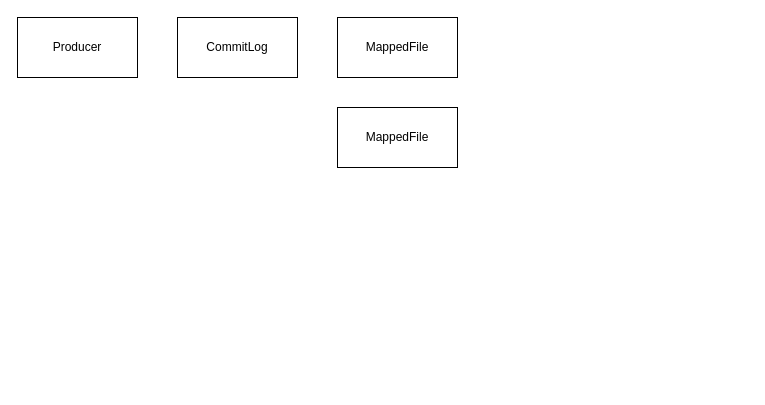
Above: rocketmq/同步刷盘.drawio in erlieStar/diagrams (draw.io), before the change. Source tidied: cells renumbered, new cells numbered last; positions are measured from the earlier drawing's top-left corner, leaving out a move shared by most shapes. Both pictures are drawn from the tidied source at 100%, with x=0, y=0 at pixel (17, 17).
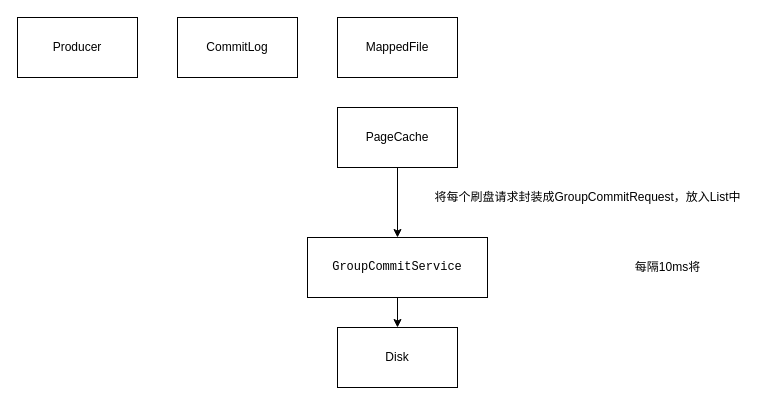
Above is the later version.

The edit, as a diff of the source:
```diff
@@
 <mxGraphModel>
   <root>
     <mxCell id="0" />
     <mxCell id="1" parent="0" />
     <mxCell id="2" value="Producer" style="rounded=0;whiteSpace=wrap;html=1;" parent="1" vertex="1">
       <mxGeometry width="120" height="60" as="geometry" />
     </mxCell>
     <mxCell id="3" value="CommitLog" style="rounded=0;whiteSpace=wrap;html=1;" parent="1" vertex="1">
       <mxGeometry x="160" width="120" height="60" as="geometry" />
     </mxCell>
     <mxCell id="4" value="MappedFile" style="rounded=0;whiteSpace=wrap;html=1;" parent="1" vertex="1">
       <mxGeometry x="320" width="120" height="60" as="geometry" />
     </mxCell>
+    <mxCell id="6" style="edgeStyle=orthogonalEdgeStyle;rounded=0;jettySize=auto;html=1;" parent="1" edge="1" source="5" target="8">
+      <mxGeometry relative="1" as="geometry" />
+    </mxCell>
-    <mxCell id="5" value="MappedFile" style="rounded=0;whiteSpace=wrap;html=1;" parent="1" vertex="1">
+    <mxCell id="5" value="PageCache" style="rounded=0;whiteSpace=wrap;html=1;" parent="1" vertex="1">
       <mxGeometry x="320" y="90" width="120" height="60" as="geometry" />
     </mxCell>
+    <mxCell id="7" style="edgeStyle=orthogonalEdgeStyle;rounded=0;jettySize=auto;html=1;" parent="1" edge="1" source="8" target="9">
+      <mxGeometry relative="1" as="geometry" />
+    </mxCell>
+    <mxCell id="8" value="&lt;pre&gt;GroupCommitService&lt;/pre&gt;" style="rounded=0;whiteSpace=wrap;html=1;" parent="1" vertex="1">
+      <mxGeometry x="290" y="220" width="180" height="60" as="geometry" />
+    </mxCell>
+    <mxCell id="9" value="Disk" style="rounded=0;whiteSpace=wrap;html=1;" parent="1" vertex="1">
+      <mxGeometry x="320" y="310" width="120" height="60" as="geometry" />
+    </mxCell>
+    <mxCell id="10" value="将每个刷盘请求封装成GroupCommitRequest，放入List中" style="text;html=1;align=center;verticalAlign=middle;strokeColor=none;fillColor=none;" parent="1" vertex="1">
+      <mxGeometry x="410" y="170" width="320" height="20" as="geometry" />
+    </mxCell>
+    <mxCell id="11" value="每隔10ms将" style="text;html=1;align=center;verticalAlign=middle;strokeColor=none;fillColor=none;" parent="1" vertex="1">
+      <mxGeometry x="610" y="240" width="80" height="20" as="geometry" />
+    </mxCell>
   </root>
 </mxGraphModel>
```
